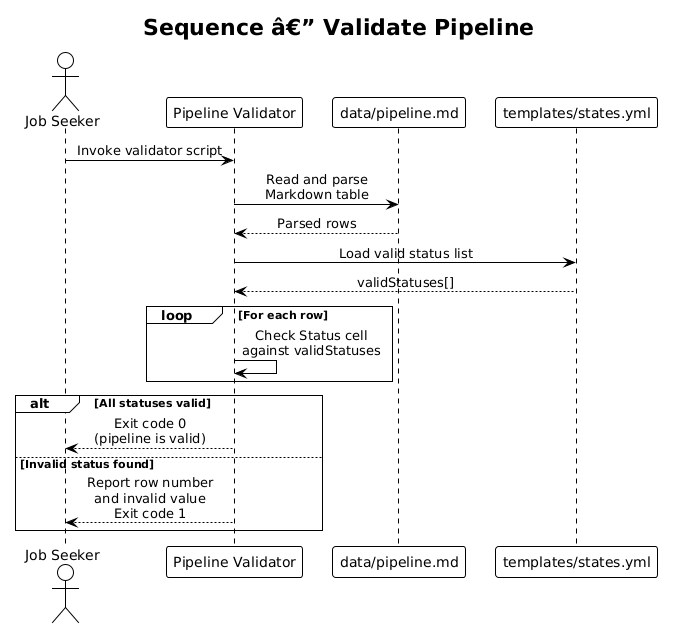
The PlantUML diagram docs/detailed-designs/03-application-pipeline-tracking/diagrams/sequence_validate_pipeline.png in QuinntyneBrown/Orbit, before a commit. The source it was exported from:
```plantuml
@startuml
!theme plain
skinparam sequenceMessageAlign center

title Sequence â€” Validate Pipeline

actor "Job Seeker" as User
participant "Pipeline Validator" as Validator
participant "data/pipeline.md" as Pipeline
participant "templates/states.yml" as States

User -> Validator : Invoke validator script
Validator -> Pipeline : Read and parse\nMarkdown table
Pipeline --> Validator : Parsed rows
Validator -> States : Load valid status list
States --> Validator : validStatuses[]

loop For each row
    Validator -> Validator : Check Status cell\nagainst validStatuses
end

alt All statuses valid
    Validator --> User : Exit code 0\n(pipeline is valid)
else Invalid status found
    Validator --> User : Report row number\nand invalid value\nExit code 1
end
@enduml
```
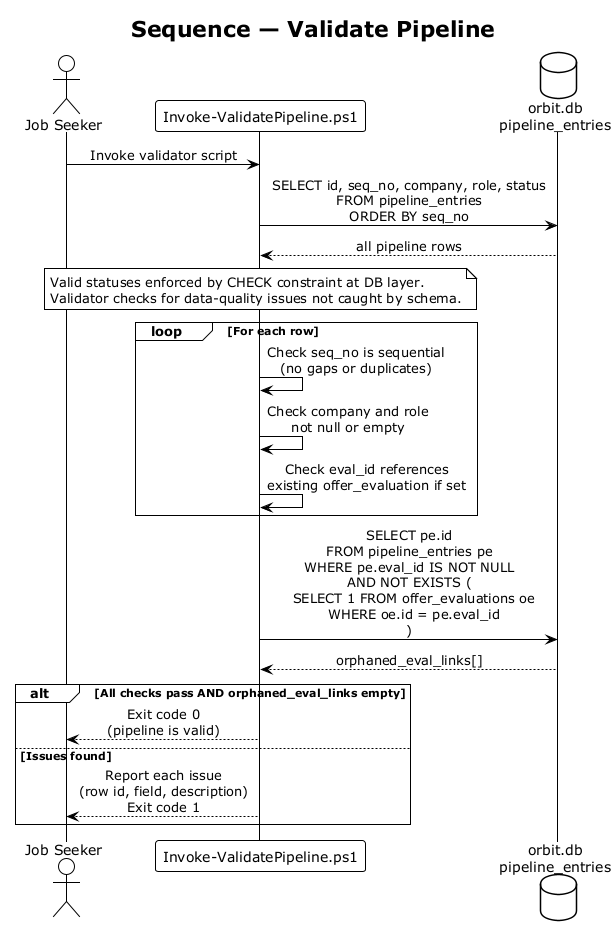
Later version of the same file.

What changed in the source:
```diff
@@ -1,27 +1,36 @@
-@startuml
+@startuml sequence_validate_pipeline
 !theme plain
 skinparam sequenceMessageAlign center
 
-title Sequence â€” Validate Pipeline
+title Sequence — Validate Pipeline
 
 actor "Job Seeker" as User
-participant "Pipeline Validator" as Validator
-participant "data/pipeline.md" as Pipeline
-participant "templates/states.yml" as States
+participant "Invoke-ValidatePipeline.ps1" as Validator
+database "orbit.db\npipeline_entries" as DB
 
 User -> Validator : Invoke validator script
-Validator -> Pipeline : Read and parse\nMarkdown table
-Pipeline --> Validator : Parsed rows
-Validator -> States : Load valid status list
-States --> Validator : validStatuses[]
+
+Validator -> DB : SELECT id, seq_no, company, role, status\nFROM pipeline_entries\nORDER BY seq_no
+DB --> Validator : all pipeline rows
+
+note over Validator
+  Valid statuses enforced by CHECK constraint at DB layer.
+  Validator checks for data-quality issues not caught by schema.
+end note
 
 loop For each row
-    Validator -> Validator : Check Status cell\nagainst validStatuses
+    Validator -> Validator : Check seq_no is sequential\n(no gaps or duplicates)
+    Validator -> Validator : Check company and role\nnot null or empty
+    Validator -> Validator : Check eval_id references\nexisting offer_evaluation if set
 end
 
-alt All statuses valid
+Validator -> DB : SELECT pe.id\nFROM pipeline_entries pe\nWHERE pe.eval_id IS NOT NULL\nAND NOT EXISTS (\n  SELECT 1 FROM offer_evaluations oe\n  WHERE oe.id = pe.eval_id\n)
+DB --> Validator : orphaned_eval_links[]
+
+alt All checks pass AND orphaned_eval_links empty
     Validator --> User : Exit code 0\n(pipeline is valid)
-else Invalid status found
-    Validator --> User : Report row number\nand invalid value\nExit code 1
+else Issues found
+    Validator --> User : Report each issue\n(row id, field, description)\nExit code 1
 end
+
 @enduml
```
